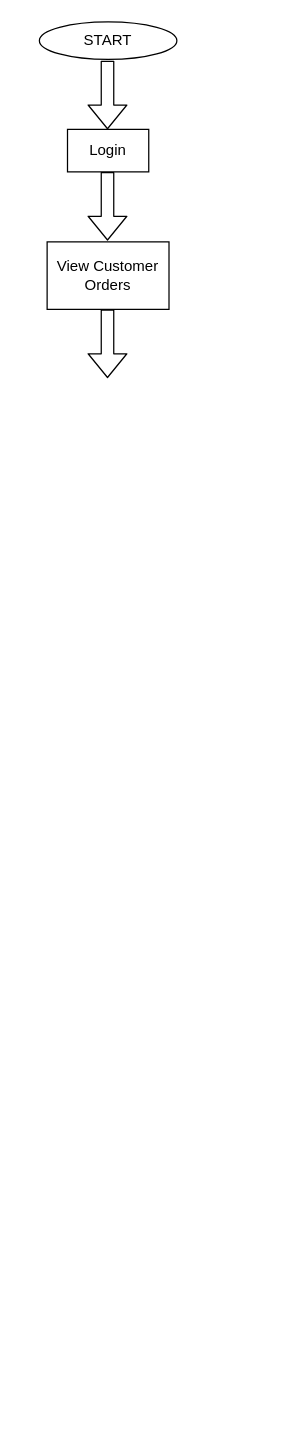
The draw.io diagram Shopkeeper.drawio in saichinmay2000/Covid-19_NearbyShops, before the edit. Source tidied: cells renumbered, new cells numbered last; positions are measured from the earlier drawing's top-left corner, leaving out a move shared by most shapes. Both pictures are drawn from the tidied source at 125%, with x=0, y=0 at pixel (39, 21).
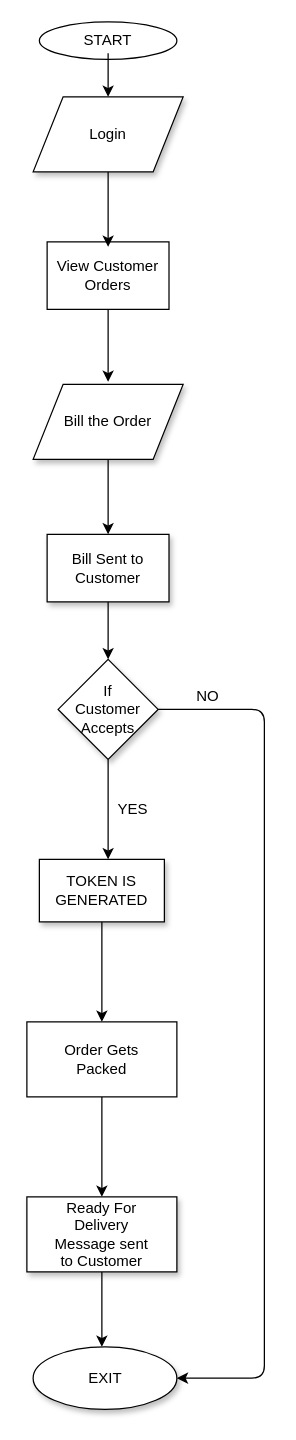
Above is the later version.

The change refers to these unchanged cells:
```xml
<mxCell id="3" value="START" style="text;html=1;strokeColor=none;fillColor=none;align=center;verticalAlign=middle;whiteSpace=wrap;rounded=0;" parent="1" vertex="1">
  <mxGeometry x="35" y="5" width="40" height="20" as="geometry" />
</mxCell>
```

Diff of the diagram source:
```diff
@@
+    <mxCell id="11" style="edgeStyle=orthogonalEdgeStyle;rounded=0;jettySize=auto;html=1;" parent="1" edge="1" source="3" target="22">
+      <mxGeometry relative="1" as="geometry" />
+    </mxCell>
@@
-    <mxCell id="4" style="rounded=0;whiteSpace=wrap;html=1;" parent="1" vertex="1">
-      <mxGeometry x="22.5" y="86" width="65" height="34" as="geometry" />
-    </mxCell>
+    <mxCell id="12" style="edgeStyle=orthogonalEdgeStyle;rounded=0;jettySize=auto;html=1;entryX=0.5;entryY=0;entryDx=0;entryDy=0;" parent="1" edge="1" source="7">
+      <mxGeometry relative="1" as="geometry">
+        <mxPoint x="55" y="288" as="targetPoint" />
+      </mxGeometry>
+    </mxCell>
+    <mxCell id="7" style="rounded=0;whiteSpace=wrap;html=1;" parent="1" vertex="1">
+      <mxGeometry x="6.2" y="176" width="97.5" height="54" as="geometry" />
+    </mxCell>
+    <mxCell id="9" value="View Customer Orders" style="text;html=1;strokeColor=none;fillColor=none;align=center;verticalAlign=middle;whiteSpace=wrap;rounded=0;" parent="1" vertex="1">
+      <mxGeometry x="10" y="193" width="90" height="20" as="geometry" />
+    </mxCell>
+    <mxCell id="13" style="edgeStyle=orthogonalEdgeStyle;rounded=0;jettySize=auto;html=1;" parent="1" edge="1" source="14" target="17">
+      <mxGeometry relative="1" as="geometry" />
+    </mxCell>
+    <mxCell id="14" style="rounded=0;whiteSpace=wrap;html=1;shadow=1;" parent="1" vertex="1">
+      <mxGeometry x="6.2" y="410" width="97.5" height="54" as="geometry" />
+    </mxCell>
+    <mxCell id="15" value="Bill Sent to Customer" style="text;html=1;strokeColor=none;fillColor=none;align=center;verticalAlign=middle;whiteSpace=wrap;rounded=0;shadow=1;" parent="1" vertex="1">
+      <mxGeometry x="10" y="427" width="90" height="20" as="geometry" />
+    </mxCell>
+    <mxCell id="16" style="edgeStyle=orthogonalEdgeStyle;rounded=0;jettySize=auto;html=1;" parent="1" edge="1" source="17">
+      <mxGeometry relative="1" as="geometry">
+        <mxPoint x="55" y="670" as="targetPoint" />
+      </mxGeometry>
+    </mxCell>
+    <mxCell id="17" style="rhombus;whiteSpace=wrap;html=1;shadow=1;" parent="1" vertex="1">
+      <mxGeometry x="15" y="510" width="80" height="80" as="geometry" />
+    </mxCell>
+    <mxCell id="18" style="edgeStyle=orthogonalEdgeStyle;rounded=0;jettySize=auto;html=1;" parent="1" edge="1" source="19">
+      <mxGeometry relative="1" as="geometry">
+        <mxPoint x="55" y="410" as="targetPoint" />
+      </mxGeometry>
+    </mxCell>
+    <mxCell id="19" style="shape=parallelogram;perimeter=parallelogramPerimeter;whiteSpace=wrap;html=1;shadow=1;" parent="1" vertex="1">
+      <mxGeometry x="-5" y="290" width="120" height="60" as="geometry" />
+    </mxCell>
+    <mxCell id="20" value="Bill the Order" style="text;html=1;strokeColor=none;fillColor=none;align=center;verticalAlign=middle;whiteSpace=wrap;rounded=0;shadow=1;" parent="1" vertex="1">
+      <mxGeometry x="10" y="310" width="90" height="20" as="geometry" />
+    </mxCell>
+    <mxCell id="21" style="edgeStyle=orthogonalEdgeStyle;rounded=0;jettySize=auto;html=1;" parent="1" edge="1" source="22">
+      <mxGeometry relative="1" as="geometry">
+        <mxPoint x="55" y="180" as="targetPoint" />
+      </mxGeometry>
+    </mxCell>
+    <mxCell id="22" style="shape=parallelogram;perimeter=parallelogramPerimeter;whiteSpace=wrap;html=1;shadow=1;" parent="1" vertex="1">
+      <mxGeometry x="-5" y="60" width="120" height="60" as="geometry" />
+    </mxCell>
     <mxCell id="5" value="Login" style="text;html=1;strokeColor=none;fillColor=none;align=center;verticalAlign=middle;whiteSpace=wrap;rounded=0;" parent="1" vertex="1">
-      <mxGeometry x="35" y="93" width="40" height="20" as="geometry" />
+      <mxGeometry x="35" y="80" width="40" height="20" as="geometry" />
     </mxCell>
-    <mxCell id="6" style="shape=flexArrow;endArrow=classic;html=1;exitX=0.5;exitY=1;exitDx=0;exitDy=0;" parent="1" edge="1">
-      <mxGeometry relative="1" as="geometry">
-        <mxPoint x="54.5" y="120" as="sourcePoint" />
-        <mxPoint x="54.5" y="175" as="targetPoint" />
-      </mxGeometry>
-    </mxCell>
-    <mxCell id="7" style="rounded=0;whiteSpace=wrap;html=1;" parent="1" vertex="1">
-      <mxGeometry x="6.2" y="176" width="97.5" height="54" as="geometry" />
-    </mxCell>
-    <mxCell id="8" style="shape=flexArrow;endArrow=classic;html=1;exitX=0.5;exitY=1;exitDx=0;exitDy=0;" parent="1" edge="1">
-      <mxGeometry relative="1" as="geometry">
-        <mxPoint x="54.5" y="31" as="sourcePoint" />
-        <mxPoint x="54.5" y="86" as="targetPoint" />
-      </mxGeometry>
-    </mxCell>
-    <mxCell id="9" value="View Customer Orders" style="text;html=1;strokeColor=none;fillColor=none;align=center;verticalAlign=middle;whiteSpace=wrap;rounded=0;" parent="1" vertex="1">
-      <mxGeometry x="10" y="193" width="90" height="20" as="geometry" />
-    </mxCell>
-    <mxCell id="10" style="shape=flexArrow;endArrow=classic;html=1;exitX=0.5;exitY=1;exitDx=0;exitDy=0;" parent="1" edge="1">
-      <mxGeometry relative="1" as="geometry">
-        <mxPoint x="54.5" y="230" as="sourcePoint" />
-        <mxPoint x="54.5" y="285" as="targetPoint" />
-      </mxGeometry>
-    </mxCell>
+    <mxCell id="23" value="If Customer Accepts" style="text;html=1;strokeColor=none;fillColor=none;align=center;verticalAlign=middle;whiteSpace=wrap;rounded=0;shadow=1;" parent="1" vertex="1">
+      <mxGeometry x="35" y="540" width="40" height="20" as="geometry" />
+    </mxCell>
+    <mxCell id="24" value="YES" style="text;html=1;strokeColor=none;fillColor=none;align=center;verticalAlign=middle;whiteSpace=wrap;rounded=0;" parent="1" vertex="1">
+      <mxGeometry x="55" y="620" width="40" height="20" as="geometry" />
+    </mxCell>
+    <mxCell id="25" value="NO" style="text;html=1;strokeColor=none;fillColor=none;align=center;verticalAlign=middle;whiteSpace=wrap;rounded=0;" parent="1" vertex="1">
+      <mxGeometry x="115" y="530" width="40" height="20" as="geometry" />
+    </mxCell>
+    <mxCell id="26" style="edgeStyle=orthogonalEdgeStyle;rounded=0;jettySize=auto;html=1;" parent="1" edge="1" source="27">
+      <mxGeometry relative="1" as="geometry">
+        <mxPoint x="50" y="800" as="targetPoint" />
+      </mxGeometry>
+    </mxCell>
+    <mxCell id="27" style="rounded=0;whiteSpace=wrap;html=1;shadow=1;" parent="1" vertex="1">
+      <mxGeometry y="670" width="100" height="50" as="geometry" />
+    </mxCell>
+    <mxCell id="28" style="edgeStyle=orthogonalEdgeStyle;rounded=0;orthogonalLoop=1;jettySize=auto;html=1;" parent="1" edge="1">
+      <mxGeometry relative="1" as="geometry">
+        <mxPoint x="50" y="860" as="sourcePoint" />
+        <mxPoint x="50" y="940" as="targetPoint" />
+      </mxGeometry>
+    </mxCell>
+    <mxCell id="29" style="rounded=0;whiteSpace=wrap;html=1;shadow=1;" parent="1" vertex="1">
+      <mxGeometry x="-10" y="940" width="120" height="60" as="geometry" />
+    </mxCell>
+    <mxCell id="30" style="edgeStyle=orthogonalEdgeStyle;rounded=0;jettySize=auto;html=1;exitX=0.5;exitY=1;exitDx=0;exitDy=0;" parent="1" edge="1" source="29">
+      <mxGeometry relative="1" as="geometry">
+        <mxPoint x="50" y="1060" as="targetPoint" />
+      </mxGeometry>
+    </mxCell>
+    <mxCell id="31" value="Ready For Delivery Message sent to Customer" style="text;html=1;strokeColor=none;fillColor=none;align=center;verticalAlign=middle;whiteSpace=wrap;rounded=0;shadow=1;" parent="1" vertex="1">
+      <mxGeometry x="5" y="960" width="90" height="20" as="geometry" />
+    </mxCell>
+    <mxCell id="32" style="ellipse;whiteSpace=wrap;html=1;shadow=1;" parent="1" vertex="1">
+      <mxGeometry x="-5" y="1060" width="115" height="50" as="geometry" />
+    </mxCell>
+    <mxCell id="33" value="EXIT" style="text;html=1;strokeColor=none;fillColor=none;align=center;verticalAlign=middle;whiteSpace=wrap;rounded=0;shadow=1;" parent="1" vertex="1">
+      <mxGeometry x="32.5" y="1075" width="40" height="20" as="geometry" />
+    </mxCell>
+    <mxCell id="34" value="TOKEN IS GENERATED" style="text;html=1;strokeColor=none;fillColor=none;align=center;verticalAlign=middle;whiteSpace=wrap;rounded=0;shadow=1;" parent="1" vertex="1">
+      <mxGeometry x="30" y="685" width="40" height="20" as="geometry" />
+    </mxCell>
+    <mxCell id="35" style="rounded=0;whiteSpace=wrap;html=1;" parent="1" vertex="1">
+      <mxGeometry x="-10" y="800" width="120" height="60" as="geometry" />
+    </mxCell>
+    <mxCell id="36" value="Order Gets Packed" style="text;html=1;strokeColor=none;fillColor=none;align=center;verticalAlign=middle;whiteSpace=wrap;rounded=0;shadow=1;" parent="1" vertex="1">
+      <mxGeometry x="5" y="820" width="90" height="20" as="geometry" />
+    </mxCell>
+    <mxCell id="37" style="edgeStyle=elbowEdgeStyle;elbow=horizontal;endArrow=classic;html=1;exitX=1;exitY=0.5;exitDx=0;exitDy=0;entryX=1;entryY=0.5;entryDx=0;entryDy=0;" parent="1" edge="1" source="17" target="32">
+      <mxGeometry relative="1" as="geometry">
+        <Array as="points">
+          <mxPoint x="180" y="590" />
+        </Array>
+      </mxGeometry>
+    </mxCell>
```
